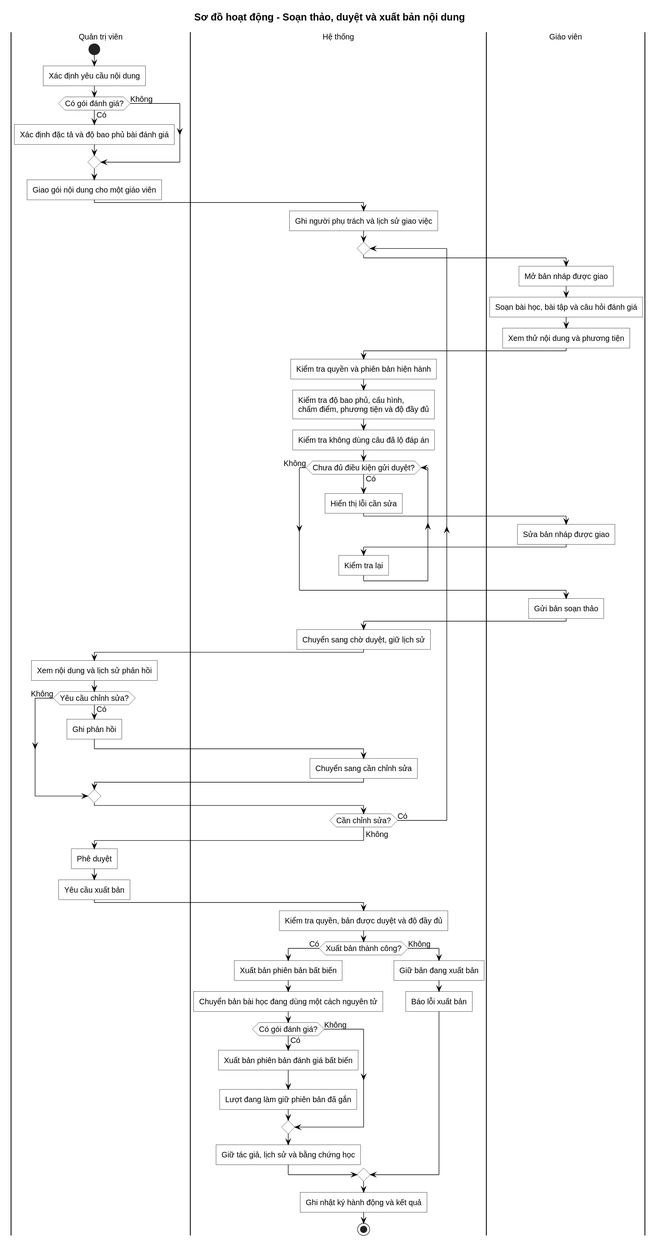
Earlier version of the PlantUML export docs/modeling/current-target/rendered/ACT-08-content-governance.svg (PhamNguyenThanhTung/lingora-workspace). The source it was exported from:
```plantuml
@startuml
!include ../style.puml
title Sơ đồ hoạt động - Soạn thảo, duyệt và xuất bản nội dung
|Quản trị viên|
start
:Xác định yêu cầu nội dung;
if (Có gói đánh giá?) then (Có)
  :Xác định đặc tả và độ bao phủ bài đánh giá;
else (Không)
endif
:Giao gói nội dung cho một giáo viên;
|Hệ thống|
:Ghi người phụ trách và lịch sử giao việc;
repeat
  |Giáo viên|
  :Mở bản nháp được giao;
  :Soạn bài học, bài tập và câu hỏi đánh giá;
  :Xem thử nội dung và phương tiện;
  |Hệ thống|
  :Kiểm tra quyền và phiên bản hiện hành;
  :Kiểm tra độ bao phủ, cấu hình,\nchấm điểm, phương tiện và độ đầy đủ;
  :Kiểm tra không dùng câu đã lộ đáp án;
  while (Chưa đủ điều kiện gửi duyệt?) is (Có)
    :Hiển thị lỗi cần sửa;
    |Giáo viên|
    :Sửa bản nháp được giao;
    |Hệ thống|
    :Kiểm tra lại;
  endwhile (Không)
  |Giáo viên|
  :Gửi bản soạn thảo;
  |Hệ thống|
  :Chuyển sang chờ duyệt, giữ lịch sử;
  |Quản trị viên|
  :Xem nội dung và lịch sử phản hồi;
  if (Yêu cầu chỉnh sửa?) then (Có)
    :Ghi phản hồi;
    |Hệ thống|
    :Chuyển sang cần chỉnh sửa;
  else (Không)
  endif
repeat while (Cần chỉnh sửa?) is (Có)
->Không;
|Quản trị viên|
:Phê duyệt;
:Yêu cầu xuất bản;
|Hệ thống|
:Kiểm tra quyền, bản được duyệt và độ đầy đủ;
if (Xuất bản thành công?) then (Có)
  :Xuất bản phiên bản bất biến;
  :Chuyển bản bài học đang dùng một cách nguyên tử;
  if (Có gói đánh giá?) then (Có)
    :Xuất bản phiên bản đánh giá bất biến;
    :Lượt đang làm giữ phiên bản đã gắn;
  else (Không)
  endif
  :Giữ tác giả, lịch sử và bằng chứng học;
else (Không)
  :Giữ bản đang xuất bản;
  :Báo lỗi xuất bản;
endif
:Ghi nhật ký hành động và kết quả;
stop
@enduml
```
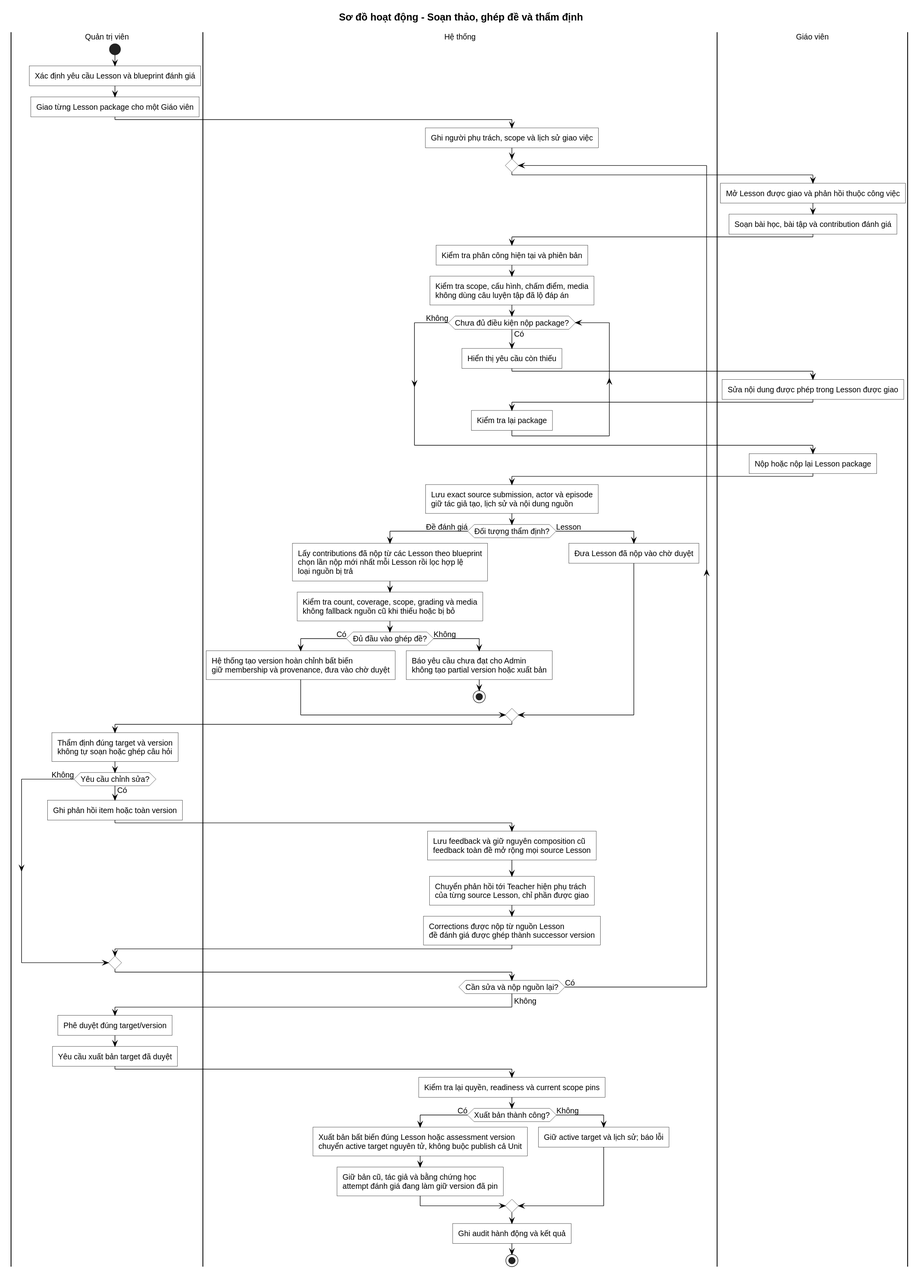
The same diagram one commit later.

The edit, as a diff of the source:
```diff
@@ -1,64 +1,65 @@
 @startuml
 !include ../style.puml
-title Sơ đồ hoạt động - Soạn thảo, duyệt và xuất bản nội dung
+title Sơ đồ hoạt động - Soạn thảo, ghép đề và thẩm định
 |Quản trị viên|
 start
-:Xác định yêu cầu nội dung;
-if (Có gói đánh giá?) then (Có)
-  :Xác định đặc tả và độ bao phủ bài đánh giá;
-else (Không)
-endif
-:Giao gói nội dung cho một giáo viên;
+:Xác định yêu cầu Lesson và blueprint đánh giá;
+:Giao từng Lesson package cho một Giáo viên;
 |Hệ thống|
-:Ghi người phụ trách và lịch sử giao việc;
+:Ghi người phụ trách, scope và lịch sử giao việc;
 repeat
   |Giáo viên|
-  :Mở bản nháp được giao;
-  :Soạn bài học, bài tập và câu hỏi đánh giá;
-  :Xem thử nội dung và phương tiện;
+  :Mở Lesson được giao và phản hồi thuộc công việc;
+  :Soạn bài học, bài tập và contribution đánh giá;
   |Hệ thống|
-  :Kiểm tra quyền và phiên bản hiện hành;
-  :Kiểm tra độ bao phủ, cấu hình,\nchấm điểm, phương tiện và độ đầy đủ;
-  :Kiểm tra không dùng câu đã lộ đáp án;
-  while (Chưa đủ điều kiện gửi duyệt?) is (Có)
-    :Hiển thị lỗi cần sửa;
+  :Kiểm tra phân công hiện tại và phiên bản;
+  :Kiểm tra scope, cấu hình, chấm điểm, media\nkhông dùng câu luyện tập đã lộ đáp án;
+  while (Chưa đủ điều kiện nộp package?) is (Có)
+    :Hiển thị yêu cầu còn thiếu;
     |Giáo viên|
-    :Sửa bản nháp được giao;
+    :Sửa nội dung được phép trong Lesson được giao;
     |Hệ thống|
-    :Kiểm tra lại;
+    :Kiểm tra lại package;
   endwhile (Không)
   |Giáo viên|
-  :Gửi bản soạn thảo;
+  :Nộp hoặc nộp lại Lesson package;
   |Hệ thống|
-  :Chuyển sang chờ duyệt, giữ lịch sử;
+  :Lưu exact source submission, actor và episode\ngiữ tác giả tạo, lịch sử và nội dung nguồn;
+  if (Đối tượng thẩm định?) then (Đề đánh giá)
+    :Lấy contributions đã nộp từ các Lesson theo blueprint\nchọn lần nộp mới nhất mỗi Lesson rồi lọc hợp lệ\nloại nguồn bị trả;
+    :Kiểm tra count, coverage, scope, grading và media\nkhông fallback nguồn cũ khi thiếu hoặc bị bỏ;
+    if (Đủ đầu vào ghép đề?) then (Có)
+      :Hệ thống tạo version hoàn chỉnh bất biến\ngiữ membership và provenance, đưa vào chờ duyệt;
+    else (Không)
+      :Báo yêu cầu chưa đạt cho Admin\nkhông tạo partial version hoặc xuất bản;
+      stop
+    endif
+  else (Lesson)
+    :Đưa Lesson đã nộp vào chờ duyệt;
+  endif
   |Quản trị viên|
-  :Xem nội dung và lịch sử phản hồi;
+  :Thẩm định đúng target và version\nkhông tự soạn hoặc ghép câu hỏi;
   if (Yêu cầu chỉnh sửa?) then (Có)
-    :Ghi phản hồi;
+    :Ghi phản hồi item hoặc toàn version;
     |Hệ thống|
-    :Chuyển sang cần chỉnh sửa;
+    :Lưu feedback và giữ nguyên composition cũ\nfeedback toàn đề mở rộng mọi source Lesson;
+    :Chuyển phản hồi tới Teacher hiện phụ trách\ncủa từng source Lesson, chỉ phần được giao;
+    :Corrections được nộp từ nguồn Lesson\nđề đánh giá được ghép thành successor version;
   else (Không)
   endif
-repeat while (Cần chỉnh sửa?) is (Có)
+repeat while (Cần sửa và nộp nguồn lại?) is (Có)
 ->Không;
 |Quản trị viên|
-:Phê duyệt;
-:Yêu cầu xuất bản;
+:Phê duyệt đúng target/version;
+:Yêu cầu xuất bản target đã duyệt;
 |Hệ thống|
-:Kiểm tra quyền, bản được duyệt và độ đầy đủ;
+:Kiểm tra lại quyền, readiness và current scope pins;
 if (Xuất bản thành công?) then (Có)
-  :Xuất bản phiên bản bất biến;
-  :Chuyển bản bài học đang dùng một cách nguyên tử;
-  if (Có gói đánh giá?) then (Có)
-    :Xuất bản phiên bản đánh giá bất biến;
-    :Lượt đang làm giữ phiên bản đã gắn;
-  else (Không)
-  endif
-  :Giữ tác giả, lịch sử và bằng chứng học;
+  :Xuất bản bất biến đúng Lesson hoặc assessment version\nchuyển active target nguyên tử, không buộc publish cả Unit;
+  :Giữ bản cũ, tác giả và bằng chứng học\nattempt đánh giá đang làm giữ version đã pin;
 else (Không)
-  :Giữ bản đang xuất bản;
-  :Báo lỗi xuất bản;
+  :Giữ active target và lịch sử; báo lỗi;
 endif
-:Ghi nhật ký hành động và kết quả;
+:Ghi audit hành động và kết quả;
 stop
 @enduml
```
